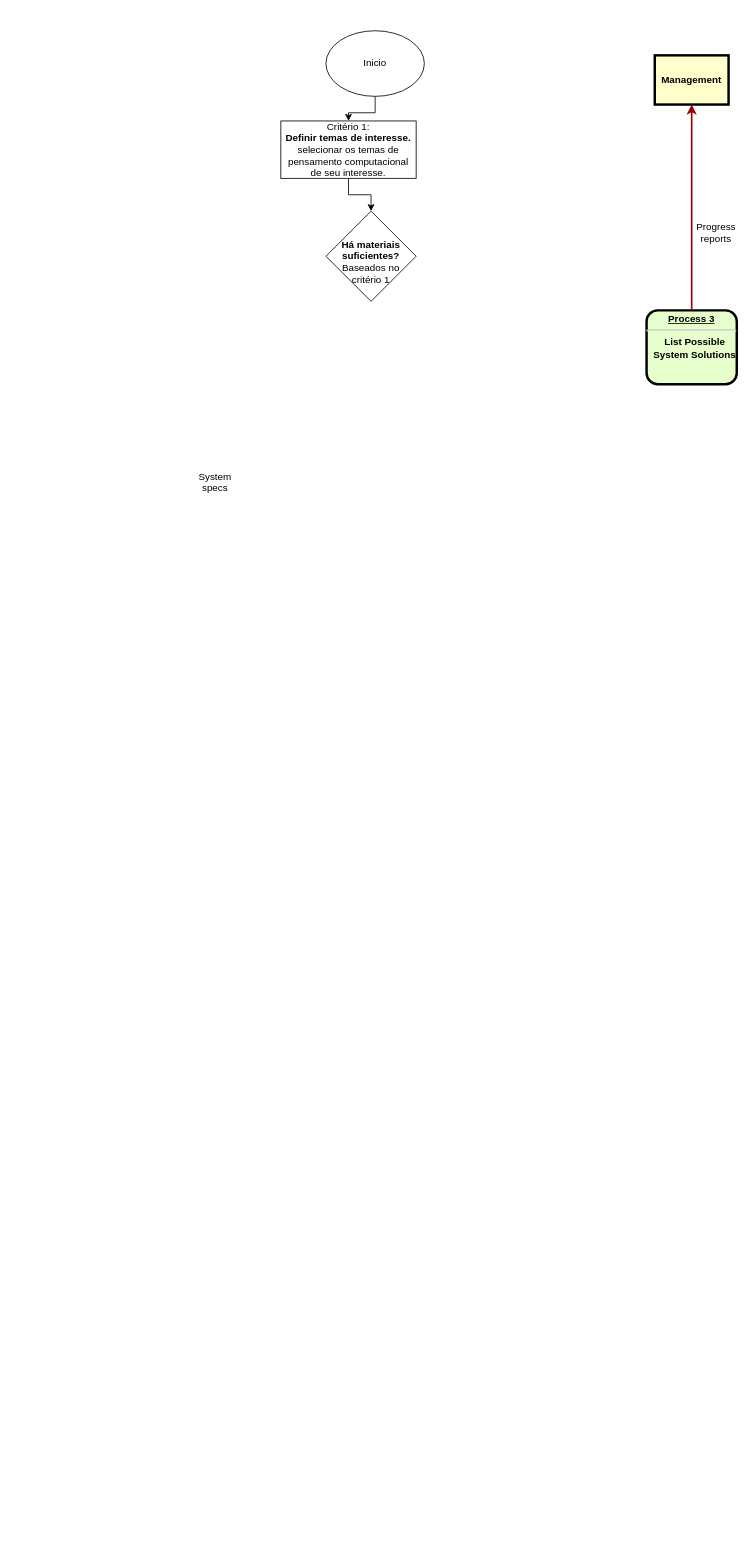
This is Algritmo de recomendação.drawio from RosianeSangali/RosianeSangali, a draw.io file, before an edit. Source tidied: cells renumbered, new cells numbered last; positions are measured from the earlier drawing's top-left corner, leaving out a move shared by most shapes. Both pictures are drawn from the tidied source at 82%, with x=0, y=0 at pixel (203, 30).
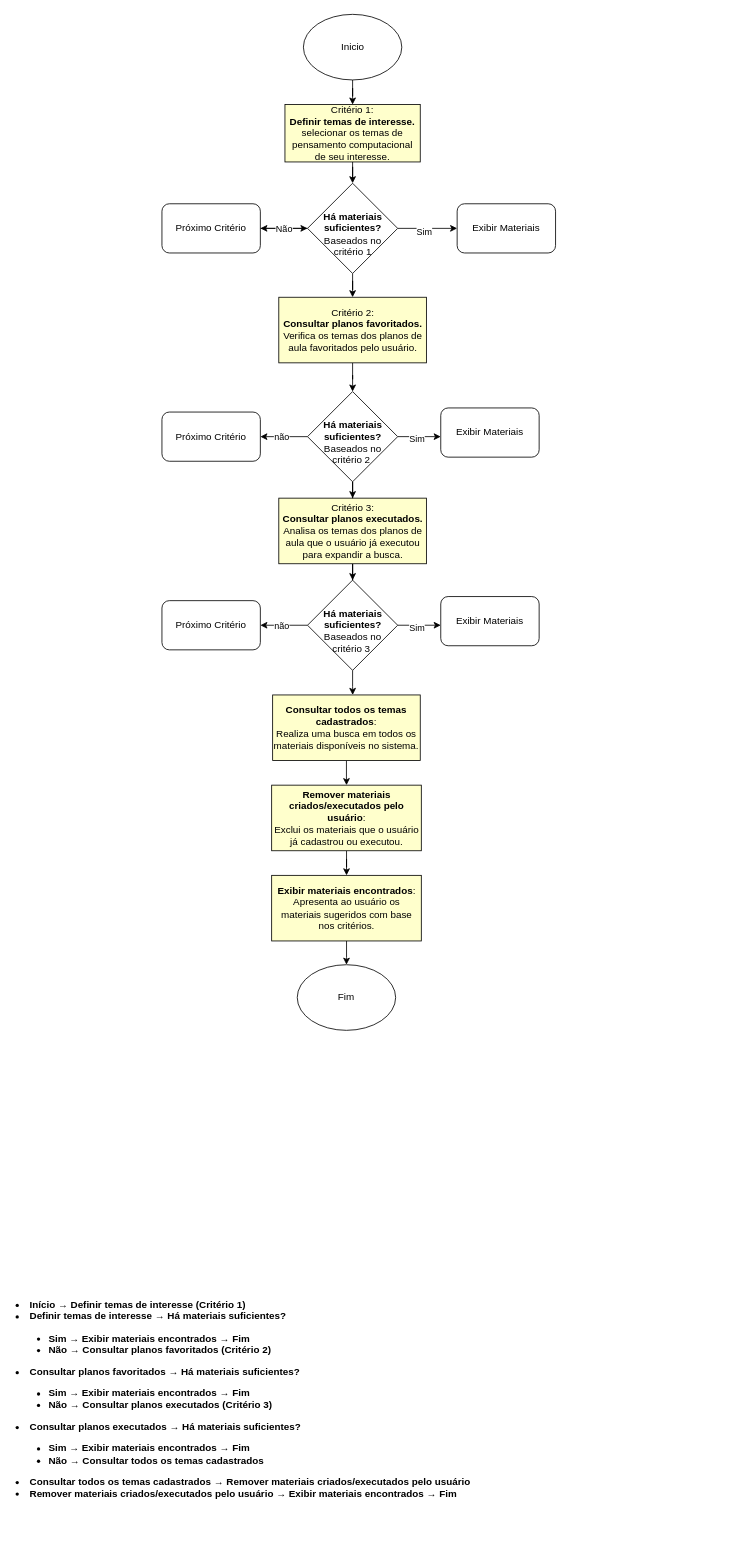
After the change.

Change to the diagram source:
```diff
@@
-    <mxCell id="2" value="&lt;p style=&quot;margin: 0px; margin-top: 4px; text-align: center; text-decoration: underline;&quot;&gt;&lt;strong&gt;&lt;strong&gt;Process&lt;/strong&gt; 3&lt;br /&gt;&lt;/strong&gt;&lt;/p&gt;&lt;hr /&gt;&lt;p style=&quot;margin: 0px; margin-left: 8px;&quot;&gt;List Possible&lt;/p&gt;&lt;p style=&quot;margin: 0px; margin-left: 8px;&quot;&gt;System Solutions&lt;/p&gt;" style="verticalAlign=middle;align=center;overflow=fill;fontSize=12;fontFamily=Helvetica;html=1;rounded=1;fontStyle=1;strokeWidth=3;fillColor=#E6FFCC;" parent="1" vertex="1">
-      <mxGeometry x="541" y="341" width="110" height="90" as="geometry" />
-    </mxCell>
-    <mxCell id="3" value="Management" style="whiteSpace=wrap;align=center;verticalAlign=middle;fontStyle=1;strokeWidth=3;fillColor=#FFFFCC;" parent="1" vertex="1">
-      <mxGeometry x="551" y="30" width="90" height="60" as="geometry" />
-    </mxCell>
-    <mxCell id="4" value="Progress&#10;reports" style="text;spacingTop=-5;align=center;" parent="1" vertex="1">
-      <mxGeometry x="611" y="231" width="30" height="20" as="geometry" />
-    </mxCell>
-    <mxCell id="5" style="edgeStyle=elbowEdgeStyle;elbow=horizontal;strokeColor=#990000;strokeWidth=2;" parent="1" edge="1" source="2" target="3">
-      <mxGeometry relative="1" as="geometry" />
-    </mxCell>
-    <mxCell id="6" value="System&#10;specs" style="text;spacingTop=-5;align=center;" parent="1" vertex="1">
-      <mxGeometry y="535" width="30" height="20" as="geometry" />
-    </mxCell>
@@
     <mxCell id="8" value="Inicio" style="ellipse;whiteSpace=wrap;html=1;" parent="1" vertex="1">
-      <mxGeometry x="150" width="120" height="80" as="geometry" />
+      <mxGeometry x="122.5" y="-20" width="120" height="80" as="geometry" />
     </mxCell>
@@
-    <mxCell id="10" value="&lt;div style=&quot;&quot;&gt;&lt;div&gt;&lt;span style=&quot;background-color: initial;&quot;&gt;Critério 1:&lt;/span&gt;&lt;/div&gt;&lt;div&gt;&lt;strong&gt;Definir temas de interesse.&lt;/strong&gt;&lt;/div&gt;&lt;div&gt;selecionar os temas de pensamento computacional de seu interesse.&lt;/div&gt;&lt;/div&gt;" style="rounded=0;whiteSpace=wrap;html=1;align=center;" parent="1" vertex="1">
-      <mxGeometry x="95" y="110" width="165" height="70" as="geometry" />
+    <mxCell id="10" value="&lt;div style=&quot;&quot;&gt;&lt;div&gt;&lt;span style=&quot;background-color: initial;&quot;&gt;Critério 1:&lt;/span&gt;&lt;/div&gt;&lt;div&gt;&lt;strong&gt;Definir temas de interesse.&lt;/strong&gt;&lt;/div&gt;&lt;div&gt;selecionar os temas de pensamento computacional de seu interesse.&lt;/div&gt;&lt;/div&gt;" style="rounded=0;whiteSpace=wrap;html=1;align=center;fillColor=#FFFFCC;" parent="1" vertex="1">
+      <mxGeometry x="100" y="90" width="165" height="70" as="geometry" />
     </mxCell>
+    <mxCell id="12" style="edgeStyle=orthogonalEdgeStyle;rounded=0;jettySize=auto;html=1;" parent="1" edge="1" source="11" target="16">
+      <mxGeometry relative="1" as="geometry" />
+    </mxCell>
+    <mxCell id="13" value="Sim" style="edgeLabel;html=1;align=center;verticalAlign=middle;" parent="12" vertex="1">
+      <mxGeometry x="-0.13" y="-3" relative="1" as="geometry" />
+    </mxCell>
+    <mxCell id="14" style="edgeStyle=orthogonalEdgeStyle;rounded=0;jettySize=auto;html=1;" parent="1" edge="1" source="11">
+      <mxGeometry relative="1" as="geometry">
+        <mxPoint x="70" y="241" as="targetPoint" />
+      </mxGeometry>
+    </mxCell>
+    <mxCell id="15" style="edgeStyle=orthogonalEdgeStyle;rounded=0;jettySize=auto;html=1;" parent="1" edge="1" source="11" target="21">
+      <mxGeometry relative="1" as="geometry" />
+    </mxCell>
     <mxCell id="11" value="&lt;br&gt;&lt;b&gt;Há materiais suficientes?&lt;/b&gt;&lt;br&gt;Baseados no critério 1" style="rhombus;whiteSpace=wrap;html=1;" parent="1" vertex="1">
-      <mxGeometry x="150" y="220" width="110" height="110" as="geometry" />
+      <mxGeometry x="127.5" y="186" width="110" height="110" as="geometry" />
     </mxCell>
+    <mxCell id="16" value="Exibir Materiais" style="rounded=1;whiteSpace=wrap;html=1;" parent="1" vertex="1">
+      <mxGeometry x="310" y="211" width="120" height="60" as="geometry" />
+    </mxCell>
+    <mxCell id="17" style="edgeStyle=orthogonalEdgeStyle;rounded=0;jettySize=auto;html=1;" parent="1" edge="1" source="19" target="11">
+      <mxGeometry relative="1" as="geometry" />
+    </mxCell>
+    <mxCell id="18" value="Não" style="edgeLabel;html=1;align=center;verticalAlign=middle;" parent="17" vertex="1">
+      <mxGeometry x="-0.03" relative="1" as="geometry" />
+    </mxCell>
+    <mxCell id="19" value="Próximo Critério" style="rounded=1;whiteSpace=wrap;html=1;" parent="1" vertex="1">
+      <mxGeometry x="-50" y="211" width="120" height="60" as="geometry" />
+    </mxCell>
+    <mxCell id="20" style="edgeStyle=orthogonalEdgeStyle;rounded=0;jettySize=auto;html=1;" parent="1" edge="1" source="21" target="29">
+      <mxGeometry relative="1" as="geometry" />
+    </mxCell>
+    <mxCell id="21" value="Critério 2:&lt;div&gt;&lt;b&gt;Consultar planos favoritados.&lt;/b&gt;&lt;/div&gt;&lt;div&gt;Verifica os temas dos planos de aula favoritados pelo usuário.&lt;b&gt;&lt;/b&gt;&lt;/div&gt;" style="rounded=0;whiteSpace=wrap;html=1;fillColor=#FFFFCC;" parent="1" vertex="1">
+      <mxGeometry x="92.5" y="325" width="180" height="80" as="geometry" />
+    </mxCell>
+    <mxCell id="22" style="edgeStyle=orthogonalEdgeStyle;rounded=0;jettySize=auto;html=1;" parent="1" edge="1" source="23" target="38">
+      <mxGeometry relative="1" as="geometry" />
+    </mxCell>
+    <mxCell id="23" value="&lt;div style=&quot;&quot;&gt;&lt;div&gt;&lt;span style=&quot;background-color: initial;&quot;&gt;Critério 3:&lt;/span&gt;&lt;/div&gt;&lt;div&gt;&lt;span style=&quot;background-color: initial;&quot;&gt;&lt;b&gt;Consultar planos executados&lt;/b&gt;&lt;/span&gt;&lt;strong&gt;.&lt;/strong&gt;&lt;/div&gt;&lt;div&gt;Analisa os temas dos planos de aula que o usuário já executou para expandir a busca.&lt;/div&gt;&lt;/div&gt;" style="rounded=0;whiteSpace=wrap;html=1;align=center;fillColor=#FFFFCC;" parent="1" vertex="1">
+      <mxGeometry x="92.5" y="570" width="180" height="80" as="geometry" />
+    </mxCell>
+    <mxCell id="24" style="edgeStyle=orthogonalEdgeStyle;rounded=0;jettySize=auto;html=1;entryX=0;entryY=0.583;entryDx=0;entryDy=0;entryPerimeter=0;" parent="1" edge="1" source="29" target="30">
+      <mxGeometry relative="1" as="geometry" />
+    </mxCell>
+    <mxCell id="25" value="Sim" style="edgeLabel;html=1;align=center;verticalAlign=middle;" parent="24" vertex="1">
+      <mxGeometry x="-0.13" y="-3" relative="1" as="geometry" />
+    </mxCell>
+    <mxCell id="26" style="edgeStyle=orthogonalEdgeStyle;rounded=0;jettySize=auto;html=1;" parent="1" edge="1" source="29">
+      <mxGeometry relative="1" as="geometry">
+        <mxPoint x="70" y="495" as="targetPoint" />
+      </mxGeometry>
+    </mxCell>
+    <mxCell id="27" value="não" style="edgeLabel;html=1;align=center;verticalAlign=middle;" parent="26" vertex="1">
+      <mxGeometry x="0.12" relative="1" as="geometry">
+        <mxPoint x="-1" as="offset" />
+      </mxGeometry>
+    </mxCell>
+    <mxCell id="28" style="edgeStyle=orthogonalEdgeStyle;rounded=0;jettySize=auto;html=1;entryX=0.5;entryY=0;entryDx=0;entryDy=0;" parent="1" edge="1" source="29" target="23">
+      <mxGeometry relative="1" as="geometry" />
+    </mxCell>
+    <mxCell id="29" value="&lt;br&gt;&lt;b&gt;Há materiais suficientes?&lt;/b&gt;&lt;br&gt;Baseados no critério 2&amp;nbsp;" style="rhombus;whiteSpace=wrap;html=1;" parent="1" vertex="1">
+      <mxGeometry x="127.5" y="440" width="110" height="110" as="geometry" />
+    </mxCell>
+    <mxCell id="30" value="Exibir Materiais" style="rounded=1;whiteSpace=wrap;html=1;" parent="1" vertex="1">
+      <mxGeometry x="290" y="460" width="120" height="60" as="geometry" />
+    </mxCell>
+    <mxCell id="31" value="Próximo Critério" style="rounded=1;whiteSpace=wrap;html=1;" parent="1" vertex="1">
+      <mxGeometry x="-50" y="465" width="120" height="60" as="geometry" />
+    </mxCell>
+    <mxCell id="32" value="&lt;li&gt;&lt;strong&gt;Início&lt;/strong&gt; → &lt;strong&gt;Definir temas de interesse (Critério 1)&lt;/strong&gt;&lt;/li&gt;&lt;li&gt;&lt;strong&gt;Definir temas de interesse&lt;/strong&gt; → &lt;strong&gt;Há materiais suficientes?&lt;/strong&gt;&lt;ul&gt;&lt;li&gt;&lt;strong&gt;Sim&lt;/strong&gt; → &lt;strong&gt;Exibir materiais encontrados&lt;/strong&gt; → &lt;strong&gt;Fim&lt;/strong&gt;&lt;/li&gt;&lt;li&gt;&lt;strong&gt;Não&lt;/strong&gt; → &lt;strong&gt;Consultar planos favoritados (Critério 2)&lt;/strong&gt;&lt;/li&gt;&lt;/ul&gt;&lt;/li&gt;&lt;li&gt;&lt;strong&gt;Consultar planos favoritados&lt;/strong&gt; → &lt;strong&gt;Há materiais suficientes?&lt;/strong&gt;&lt;ul&gt;&lt;li&gt;&lt;strong&gt;Sim&lt;/strong&gt; → &lt;strong&gt;Exibir materiais encontrados&lt;/strong&gt; → &lt;strong&gt;Fim&lt;/strong&gt;&lt;/li&gt;&lt;li&gt;&lt;strong&gt;Não&lt;/strong&gt; → &lt;strong&gt;Consultar planos executados (Critério 3)&lt;/strong&gt;&lt;/li&gt;&lt;/ul&gt;&lt;/li&gt;&lt;li&gt;&lt;strong&gt;Consultar planos executados&lt;/strong&gt; → &lt;strong&gt;Há materiais suficientes?&lt;/strong&gt;&lt;ul&gt;&lt;li&gt;&lt;strong&gt;Sim&lt;/strong&gt; → &lt;strong&gt;Exibir materiais encontrados&lt;/strong&gt; → &lt;strong&gt;Fim&lt;/strong&gt;&lt;/li&gt;&lt;li&gt;&lt;strong&gt;Não&lt;/strong&gt; → &lt;strong&gt;Consultar todos os temas cadastrados&lt;/strong&gt;&lt;/li&gt;&lt;/ul&gt;&lt;/li&gt;&lt;li&gt;&lt;strong&gt;Consultar todos os temas cadastrados&lt;/strong&gt; → &lt;strong&gt;Remover materiais criados/executados pelo usuário&lt;/strong&gt;&lt;/li&gt;&lt;li&gt;&lt;strong&gt;Remover materiais criados/executados pelo usuário&lt;/strong&gt; → &lt;strong&gt;Exibir materiais encontrados&lt;/strong&gt; → &lt;strong&gt;Fim&lt;/strong&gt;&lt;/li&gt;" style="text;whiteSpace=wrap;html=1;" parent="1" vertex="1">
+      <mxGeometry x="-230" y="1540" width="560" height="300" as="geometry" />
+    </mxCell>
+    <mxCell id="33" style="edgeStyle=orthogonalEdgeStyle;rounded=0;jettySize=auto;html=1;entryX=0;entryY=0.583;entryDx=0;entryDy=0;entryPerimeter=0;" parent="1" edge="1" source="38" target="39">
+      <mxGeometry relative="1" as="geometry" />
+    </mxCell>
+    <mxCell id="34" value="Sim" style="edgeLabel;html=1;align=center;verticalAlign=middle;" parent="33" vertex="1">
+      <mxGeometry x="-0.13" y="-3" relative="1" as="geometry" />
+    </mxCell>
+    <mxCell id="35" style="edgeStyle=orthogonalEdgeStyle;rounded=0;jettySize=auto;html=1;" parent="1" edge="1" source="38">
+      <mxGeometry relative="1" as="geometry">
+        <mxPoint x="70" y="725" as="targetPoint" />
+      </mxGeometry>
+    </mxCell>
+    <mxCell id="36" value="não" style="edgeLabel;html=1;align=center;verticalAlign=middle;" parent="35" vertex="1">
+      <mxGeometry x="0.12" relative="1" as="geometry">
+        <mxPoint x="-1" as="offset" />
+      </mxGeometry>
+    </mxCell>
+    <mxCell id="37" style="edgeStyle=orthogonalEdgeStyle;rounded=0;jettySize=auto;html=1;" parent="1" edge="1" source="38">
+      <mxGeometry relative="1" as="geometry">
+        <mxPoint x="182.6" y="810" as="targetPoint" />
+      </mxGeometry>
+    </mxCell>
+    <mxCell id="38" value="&lt;br&gt;&lt;b&gt;Há materiais suficientes?&lt;/b&gt;&lt;br&gt;Baseados no critério 3&amp;nbsp;" style="rhombus;whiteSpace=wrap;html=1;" parent="1" vertex="1">
+      <mxGeometry x="127.5" y="670" width="110" height="110" as="geometry" />
+    </mxCell>
+    <mxCell id="39" value="Exibir Materiais" style="rounded=1;whiteSpace=wrap;html=1;" parent="1" vertex="1">
+      <mxGeometry x="290" y="690" width="120" height="60" as="geometry" />
+    </mxCell>
+    <mxCell id="40" value="Próximo Critério" style="rounded=1;whiteSpace=wrap;html=1;" parent="1" vertex="1">
+      <mxGeometry x="-50" y="695" width="120" height="60" as="geometry" />
+    </mxCell>
+    <mxCell id="41" style="edgeStyle=orthogonalEdgeStyle;rounded=0;jettySize=auto;html=1;" parent="1" edge="1" source="42" target="44">
+      <mxGeometry relative="1" as="geometry" />
+    </mxCell>
+    <mxCell id="42" value="&lt;div style=&quot;&quot;&gt;&lt;strong style=&quot;background-color: initial;&quot;&gt;Consultar todos os temas cadastrados&lt;/strong&gt;&lt;span style=&quot;background-color: initial;&quot;&gt;:&lt;/span&gt;&lt;/div&gt;&lt;div style=&quot;&quot;&gt;Realiza uma busca em todos os materiais disponíveis no sistema.&lt;/div&gt;" style="rounded=0;whiteSpace=wrap;html=1;align=center;fillColor=#FFFFCC;" parent="1" vertex="1">
+      <mxGeometry x="85" y="810" width="180" height="80" as="geometry" />
+    </mxCell>
+    <mxCell id="43" style="edgeStyle=orthogonalEdgeStyle;rounded=0;jettySize=auto;html=1;" parent="1" edge="1" source="44" target="46">
+      <mxGeometry relative="1" as="geometry" />
+    </mxCell>
+    <mxCell id="44" value="&lt;div style=&quot;&quot;&gt;&lt;strong&gt;Remover materiais criados/executados pelo usuário&lt;/strong&gt;:&lt;/div&gt;&lt;div style=&quot;&quot;&gt;Exclui os materiais que o usuário já cadastrou ou executou.&lt;/div&gt;" style="rounded=0;whiteSpace=wrap;html=1;align=center;fillColor=#FFFFCC;" parent="1" vertex="1">
+      <mxGeometry x="83.8" y="920" width="182.5" height="80" as="geometry" />
+    </mxCell>
+    <mxCell id="45" style="edgeStyle=orthogonalEdgeStyle;rounded=0;jettySize=auto;html=1;" parent="1" edge="1" source="46" target="47">
+      <mxGeometry relative="1" as="geometry" />
+    </mxCell>
+    <mxCell id="46" value="&lt;div style=&quot;&quot;&gt;&lt;b&gt;E&lt;/b&gt;&lt;strong style=&quot;background-color: initial;&quot;&gt;xibir materiais encontrados&lt;/strong&gt;&lt;span style=&quot;background-color: initial;&quot;&gt;:&lt;/span&gt;&lt;/div&gt;&lt;div style=&quot;&quot;&gt;Apresenta ao usuário os materiais sugeridos com base nos critérios.&lt;span style=&quot;background-color: initial;&quot;&gt;&lt;/span&gt;&lt;/div&gt;" style="rounded=0;whiteSpace=wrap;html=1;align=center;fillColor=#FFFFCC;" parent="1" vertex="1">
+      <mxGeometry x="83.8" y="1030" width="182.5" height="80" as="geometry" />
+    </mxCell>
+    <mxCell id="47" value="Fim" style="ellipse;whiteSpace=wrap;html=1;" parent="1" vertex="1">
+      <mxGeometry x="115" y="1139" width="120" height="80" as="geometry" />
+    </mxCell>
```
